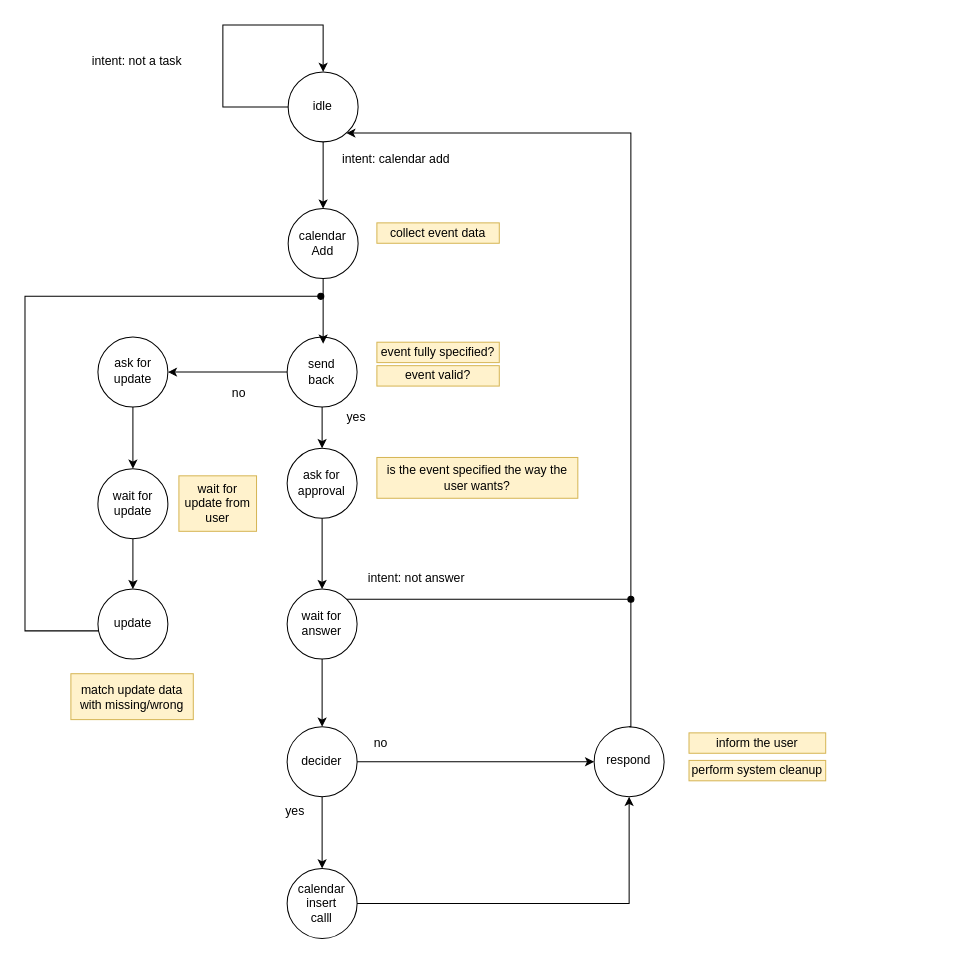
Earlier version of the draw.io diagram diagrams/fsm_home_assis.drawio (MarcusGitAccount/home_assistant_ro). Source tidied: cells renumbered, new cells numbered last; positions are measured from the earlier drawing's top-left corner, leaving out a move shared by most shapes. Both pictures are drawn from the tidied source at 102%, with x=0, y=0 at pixel (24, 24).
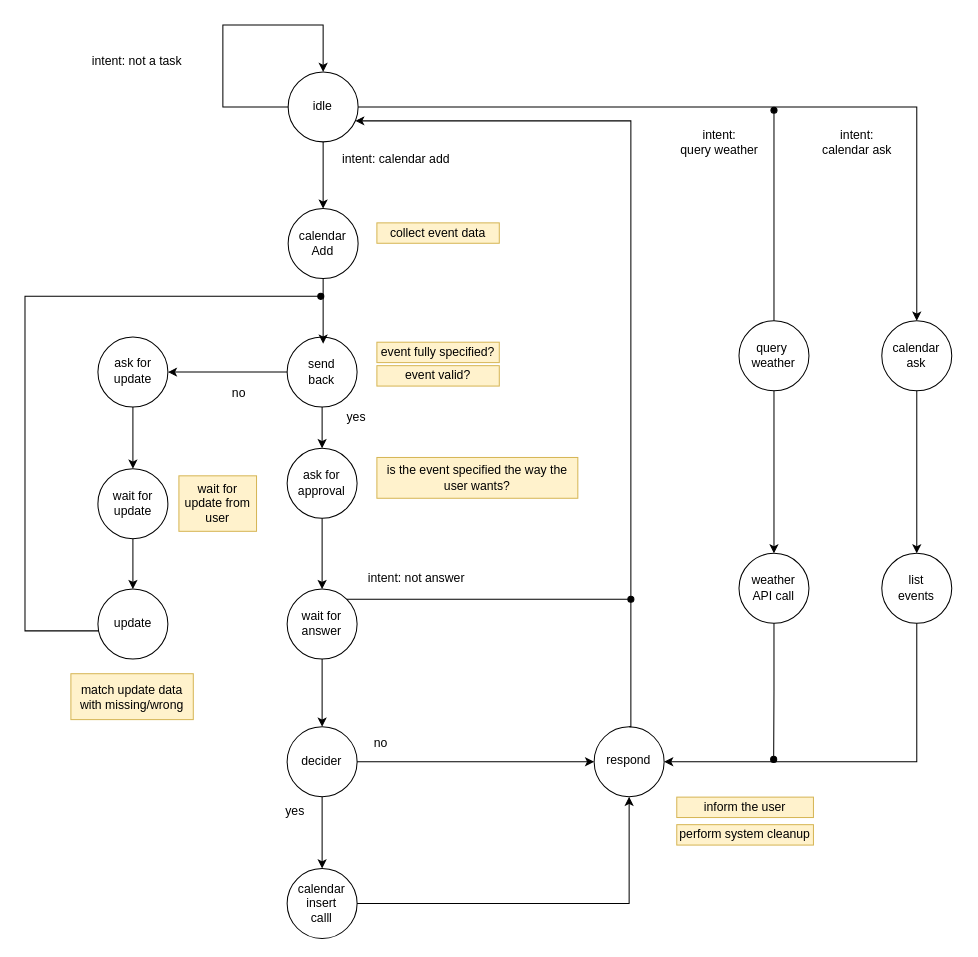
The same diagram, later.

Commit message (it also covers changes not shown here):
fsm diagram update

The change refers to these unchanged cells:
```xml
<mxCell id="3" style="ellipse;whiteSpace=wrap;html=1;labelBackgroundColor=none;fillColor=#FFFFFF;" parent="2" vertex="1">
  <mxGeometry width="68.6" height="68.6" as="geometry" />
</mxCell>
<mxCell id="42" style="ellipse;whiteSpace=wrap;html=1;labelBackgroundColor=none;fillColor=#FFFFFF;" parent="40" vertex="1">
  <mxGeometry width="68.6" height="68.6" as="geometry" />
</mxCell>
```

What changed in the source:
```diff
@@
     <mxCell id="44" style="edgeStyle=orthogonalEdgeStyle;rounded=0;jettySize=auto;html=1;exitX=0.5;exitY=0;exitDx=0;exitDy=0;" parent="1" edge="1" source="42" target="3">
       <mxGeometry relative="1" as="geometry">
         <Array as="points">
           <mxPoint x="594" y="688" />
-          <mxPoint x="594" y="106" />
+          <mxPoint x="594" y="94" />
         </Array>
       </mxGeometry>
     </mxCell>
@@
     <mxCell id="66" value="perform system cleanup" style="text;html=1;strokeColor=#d6b656;fillColor=#fff2cc;align=center;verticalAlign=middle;whiteSpace=wrap;rounded=0;labelBackgroundColor=none;" parent="1" vertex="1">
-      <mxGeometry x="651" y="721" width="134" height="20" as="geometry" />
+      <mxGeometry x="639" y="784" width="134" height="20" as="geometry" />
     </mxCell>
@@
     <mxCell id="69" value="inform the user" style="text;html=1;strokeColor=#d6b656;fillColor=#fff2cc;align=center;verticalAlign=middle;whiteSpace=wrap;rounded=0;labelBackgroundColor=none;" parent="1" vertex="1">
-      <mxGeometry x="651" y="694" width="134" height="20" as="geometry" />
+      <mxGeometry x="639" y="757" width="134" height="20" as="geometry" />
     </mxCell>
+    <mxCell id="70" style="group;" parent="1" vertex="1">
+      <mxGeometry x="700" y="290" width="77" height="69" as="geometry" />
+    </mxCell>
+    <mxCell id="71" style="ellipse;whiteSpace=wrap;html=1;labelBackgroundColor=none;fillColor=#FFFFFF;" parent="70" vertex="1">
+      <mxGeometry width="68.6" height="68.6" as="geometry" />
+    </mxCell>
+    <mxCell id="72" value="query&amp;nbsp;&lt;br&gt;weather" style="text;html=1;strokeColor=none;fillColor=none;align=center;verticalAlign=middle;whiteSpace=wrap;rounded=0;" parent="70" vertex="1">
+      <mxGeometry x="12.3" y="24.6" width="44" height="19.7" as="geometry" />
+    </mxCell>
+    <mxCell id="73" style="group;" parent="1" vertex="1">
+      <mxGeometry x="700" y="518" width="77" height="69" as="geometry" />
+    </mxCell>
+    <mxCell id="74" style="ellipse;whiteSpace=wrap;html=1;labelBackgroundColor=none;fillColor=#FFFFFF;" parent="73" vertex="1">
+      <mxGeometry width="68.6" height="68.6" as="geometry" />
+    </mxCell>
+    <mxCell id="75" value="weather&lt;br&gt;API call" style="text;html=1;strokeColor=none;fillColor=none;align=center;verticalAlign=middle;whiteSpace=wrap;rounded=0;" parent="73" vertex="1">
+      <mxGeometry x="12.3" y="24.6" width="44" height="19.7" as="geometry" />
+    </mxCell>
+    <mxCell id="76" style="edgeStyle=orthogonalEdgeStyle;rounded=0;jettySize=auto;html=1;exitX=0.5;exitY=1;exitDx=0;exitDy=0;entryX=0.5;entryY=0;entryDx=0;entryDy=0;" parent="1" edge="1" source="71" target="74">
+      <mxGeometry relative="1" as="geometry" />
+    </mxCell>
+    <mxCell id="77" value="intent: &lt;br&gt;query weather" style="text;html=1;strokeColor=none;fillColor=none;align=center;verticalAlign=middle;whiteSpace=wrap;rounded=0;labelBackgroundColor=none;" parent="1" vertex="1">
+      <mxGeometry x="626" y="105" width="110" height="20" as="geometry" />
+    </mxCell>
+    <mxCell id="78" style="group;" parent="1" vertex="1">
+      <mxGeometry x="840" y="290" width="77" height="69" as="geometry" />
+    </mxCell>
+    <mxCell id="79" style="ellipse;whiteSpace=wrap;html=1;labelBackgroundColor=none;fillColor=#FFFFFF;" parent="78" vertex="1">
+      <mxGeometry width="68.6" height="68.6" as="geometry" />
+    </mxCell>
+    <mxCell id="80" value="calendar&lt;br&gt;ask" style="text;html=1;strokeColor=none;fillColor=none;align=center;verticalAlign=middle;whiteSpace=wrap;rounded=0;" parent="78" vertex="1">
+      <mxGeometry x="12.3" y="24.6" width="44" height="19.7" as="geometry" />
+    </mxCell>
+    <mxCell id="81" style="group;" parent="1" vertex="1">
+      <mxGeometry x="840" y="518" width="77" height="69" as="geometry" />
+    </mxCell>
+    <mxCell id="82" style="ellipse;whiteSpace=wrap;html=1;labelBackgroundColor=none;fillColor=#FFFFFF;" parent="81" vertex="1">
+      <mxGeometry width="68.6" height="68.6" as="geometry" />
+    </mxCell>
+    <mxCell id="83" value="list events" style="text;html=1;strokeColor=none;fillColor=none;align=center;verticalAlign=middle;whiteSpace=wrap;rounded=0;" parent="81" vertex="1">
+      <mxGeometry x="12.3" y="24.6" width="44" height="19.7" as="geometry" />
+    </mxCell>
+    <mxCell id="84" style="edgeStyle=orthogonalEdgeStyle;rounded=0;jettySize=auto;html=1;exitX=0.5;exitY=1;exitDx=0;exitDy=0;entryX=0.5;entryY=0;entryDx=0;entryDy=0;" parent="1" edge="1" source="79" target="82">
+      <mxGeometry relative="1" as="geometry" />
+    </mxCell>
+    <mxCell id="85" style="edgeStyle=orthogonalEdgeStyle;rounded=0;jettySize=auto;html=1;exitX=1;exitY=0.5;exitDx=0;exitDy=0;" parent="1" edge="1" source="3" target="79">
+      <mxGeometry relative="1" as="geometry" />
+    </mxCell>
+    <mxCell id="86" style="edgeStyle=orthogonalEdgeStyle;rounded=0;jettySize=auto;html=1;exitX=0.5;exitY=1;exitDx=0;exitDy=0;entryX=1;entryY=0.5;entryDx=0;entryDy=0;" parent="1" edge="1" source="82" target="42">
+      <mxGeometry relative="1" as="geometry" />
+    </mxCell>
+    <mxCell id="87" style="edgeStyle=orthogonalEdgeStyle;rounded=0;jettySize=auto;html=1;endArrow=oval;endFill=1;" parent="1" edge="1" source="74">
+      <mxGeometry relative="1" as="geometry">
+        <mxPoint x="734" y="720" as="targetPoint" />
+      </mxGeometry>
+    </mxCell>
+    <mxCell id="88" style="edgeStyle=orthogonalEdgeStyle;rounded=0;jettySize=auto;html=1;endArrow=oval;endFill=1;" parent="1" edge="1" source="71">
+      <mxGeometry relative="1" as="geometry">
+        <mxPoint x="734.3" y="83.6" as="targetPoint" />
+      </mxGeometry>
+    </mxCell>
+    <mxCell id="89" value="intent: &lt;br&gt;calendar ask" style="text;html=1;strokeColor=none;fillColor=none;align=center;verticalAlign=middle;whiteSpace=wrap;rounded=0;labelBackgroundColor=none;" parent="1" vertex="1">
+      <mxGeometry x="761" y="105" width="110" height="20" as="geometry" />
+    </mxCell>
```
